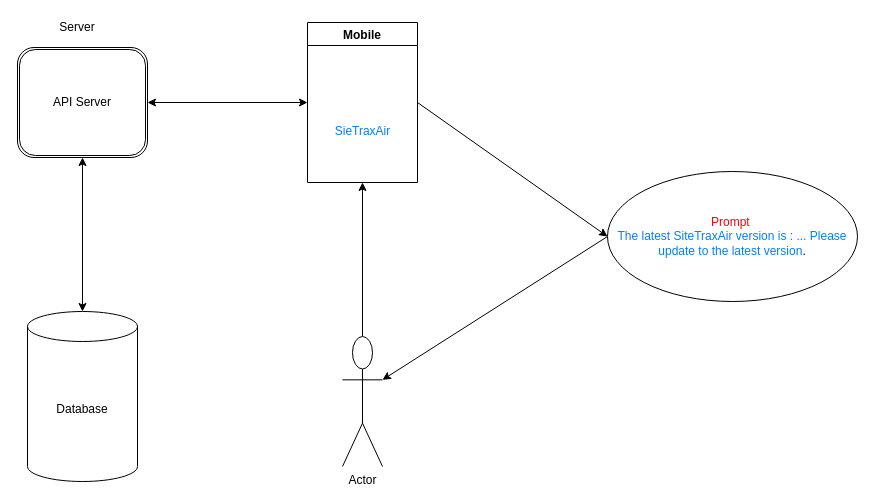
The draw.io diagram Untitled Diagram.drawio in KimPhiJSCDVLP/DemoGitHub, before the edit. Source tidied: cells renumbered, new cells numbered last; positions are measured from the earlier drawing's top-left corner, leaving out a move shared by most shapes. Both pictures are drawn from the tidied source at 100%, with x=0, y=0 at pixel (17, 17).
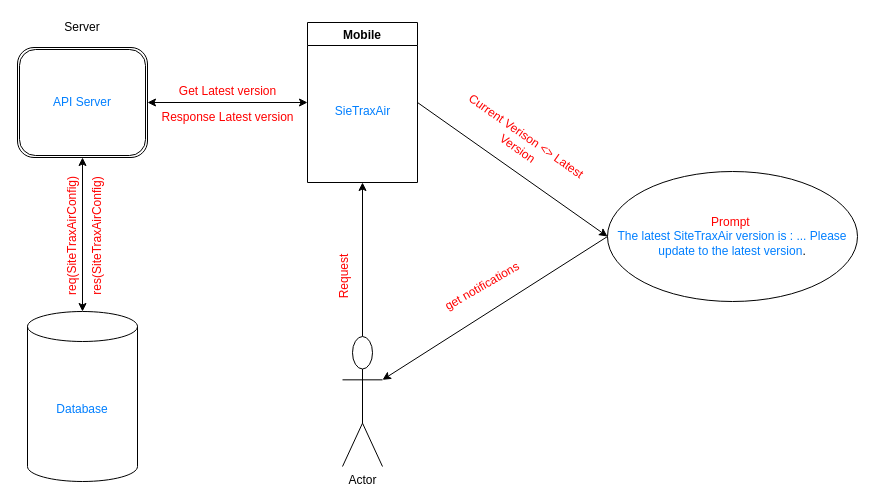
The same diagram, later.

Change to the diagram source:
```diff
@@
-    <mxCell id="2" value="Database" style="shape=cylinder3;whiteSpace=wrap;html=1;boundedLbl=1;backgroundOutline=1;size=15;" parent="1" vertex="1">
+    <mxCell id="2" value="&lt;font color=&quot;#007fff&quot;&gt;Database&lt;/font&gt;" style="shape=cylinder3;whiteSpace=wrap;html=1;boundedLbl=1;backgroundOutline=1;size=15;" parent="1" vertex="1">
       <mxGeometry x="10" y="294" width="110" height="170" as="geometry" />
     </mxCell>
     <mxCell id="3" value="Server" style="text;html=1;strokeColor=none;fillColor=none;align=center;verticalAlign=middle;whiteSpace=wrap;rounded=0;" parent="1" vertex="1">
-      <mxGeometry x="40" width="40" height="20" as="geometry" />
+      <mxGeometry x="40" width="50" height="20" as="geometry" />
     </mxCell>
@@
-    <mxCell id="6" value="API Server" style="shape=ext;double=1;rounded=1;whiteSpace=wrap;html=1;" parent="1" vertex="1">
+    <mxCell id="6" value="&lt;font color=&quot;#007fff&quot;&gt;API Server&lt;/font&gt;" style="shape=ext;double=1;rounded=1;whiteSpace=wrap;html=1;" parent="1" vertex="1">
       <mxGeometry y="30" width="130" height="110" as="geometry" />
     </mxCell>
@@
+    <mxCell id="9" value="Mobile" style="swimlane;" parent="1" vertex="1">
+      <mxGeometry x="290" y="5" width="110" height="160" as="geometry" />
+    </mxCell>
-    <mxCell id="8" value="&lt;font color=&quot;#007fff&quot;&gt;SieTraxAir&lt;/font&gt;" style="text;html=1;align=center;verticalAlign=middle;strokeColor=none;" parent="1" vertex="1">
-      <mxGeometry x="310" y="104" width="70" height="20" as="geometry" />
+    <mxCell id="8" value="&lt;font color=&quot;#007fff&quot;&gt;SieTraxAir&lt;/font&gt;" style="text;html=1;align=center;verticalAlign=middle;strokeColor=none;" parent="9" vertex="1">
+      <mxGeometry x="20" y="79" width="70" height="20" as="geometry" />
     </mxCell>
-    <mxCell id="9" value="Mobile" style="swimlane;" parent="1" vertex="1">
-      <mxGeometry x="290" y="5" width="110" height="160" as="geometry" />
-    </mxCell>
@@
+    <mxCell id="14" value="&lt;font color=&quot;#ff0000&quot;&gt;Current Verison &amp;lt;&amp;gt; Latest Version&lt;/font&gt;" style="text;html=1;strokeColor=none;fillColor=none;align=center;verticalAlign=middle;whiteSpace=wrap;rounded=0;rotation=35;" parent="1" vertex="1">
+      <mxGeometry x="430" y="110" width="150" height="30" as="geometry" />
+    </mxCell>
+    <mxCell id="15" value="&lt;font color=&quot;#ff0000&quot;&gt;get notifications&lt;/font&gt;" style="text;html=1;strokeColor=none;fillColor=none;align=center;verticalAlign=middle;whiteSpace=wrap;rounded=0;rotation=-30;" parent="1" vertex="1">
+      <mxGeometry x="390" y="254" width="150" height="30" as="geometry" />
+    </mxCell>
+    <mxCell id="16" value="&lt;font color=&quot;#ff0000&quot;&gt;Get Latest version&lt;/font&gt;" style="text;html=1;align=center;verticalAlign=middle;strokeColor=none;" parent="1" vertex="1">
+      <mxGeometry x="155" y="64" width="110" height="20" as="geometry" />
+    </mxCell>
+    <mxCell id="17" value="&lt;font color=&quot;#ff0000&quot;&gt;Response Latest version&lt;/font&gt;" style="text;html=1;align=center;verticalAlign=middle;strokeColor=none;" parent="1" vertex="1">
+      <mxGeometry x="135" y="90" width="150" height="20" as="geometry" />
+    </mxCell>
+    <mxCell id="18" value="&lt;font color=&quot;#ff0000&quot;&gt;res(SiteTraxAirConfig)&lt;/font&gt;" style="text;html=1;align=center;verticalAlign=middle;strokeColor=none;rotation=-90;" parent="1" vertex="1">
+      <mxGeometry x="15" y="209" width="130" height="20" as="geometry" />
+    </mxCell>
+    <mxCell id="19" value="&lt;font color=&quot;#ff0000&quot;&gt;req(SiteTraxAirConfig)&lt;/font&gt;" style="text;html=1;align=center;verticalAlign=middle;strokeColor=none;rotation=-90;" parent="1" vertex="1">
+      <mxGeometry x="-10" y="209" width="130" height="20" as="geometry" />
+    </mxCell>
+    <mxCell id="20" value="&lt;font color=&quot;#ff0000&quot;&gt;Request&lt;/font&gt;" style="text;html=1;strokeColor=none;fillColor=none;align=center;verticalAlign=middle;whiteSpace=wrap;rounded=0;rotation=-90;" parent="1" vertex="1">
+      <mxGeometry x="252" y="244" width="150" height="30" as="geometry" />
+    </mxCell>
```
